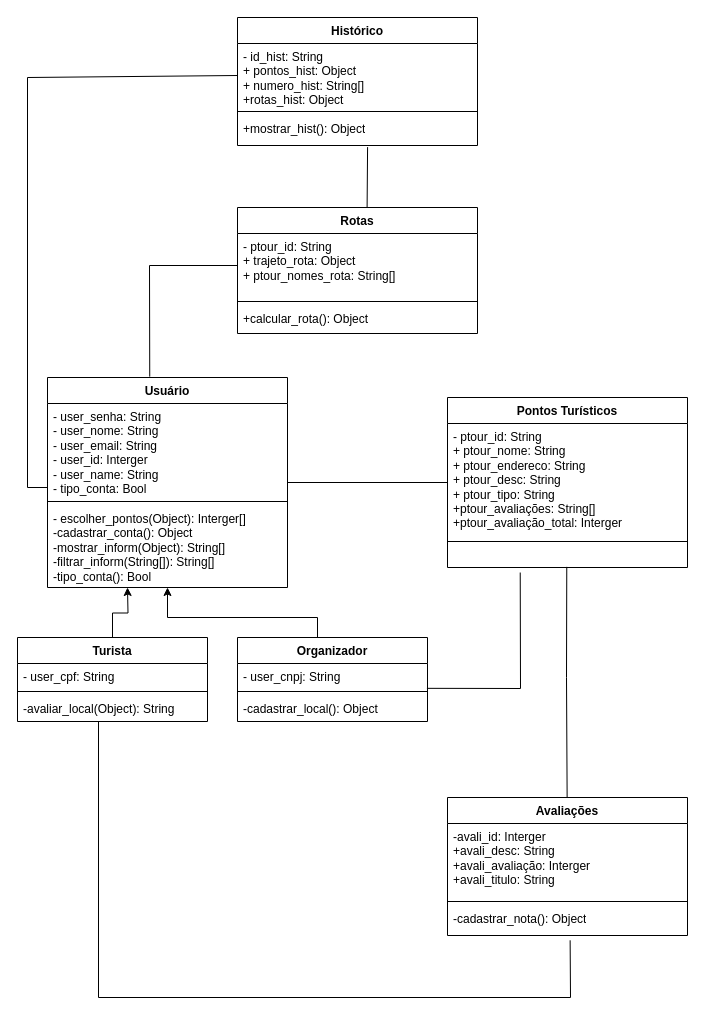
Above: UML_ver01.drawio in END-the/ewrerwewr (draw.io), before the change. Source tidied: cells renumbered, new cells numbered last; positions are measured from the earlier drawing's top-left corner, leaving out a move shared by most shapes. Both pictures are drawn from the tidied source at 100%, with x=0, y=0 at pixel (17, 17).
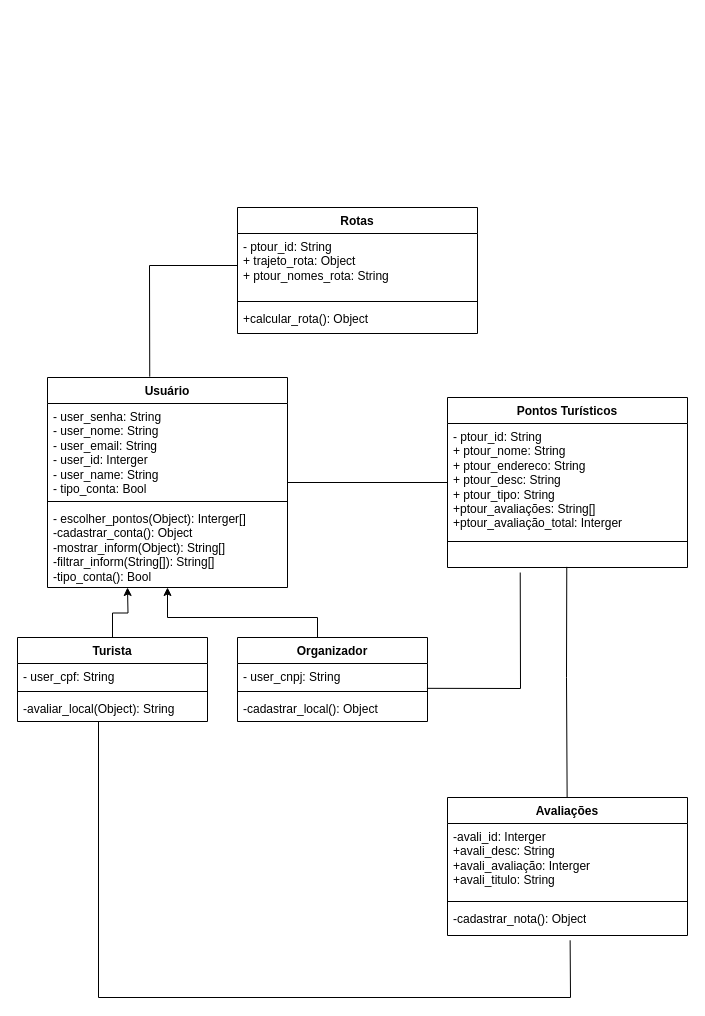
Above is the later version.

The change refers to these unchanged cells:
```xml
<mxCell id="27" value="Rotas" style="swimlane;fontStyle=1;align=center;verticalAlign=top;horizontal=1;startSize=26;whiteSpace=wrap;html=1;" parent="1" vertex="1">
  <mxGeometry x="220" y="190" width="240" height="126" as="geometry" />
</mxCell>
```

Change to the diagram source:
```diff
@@
-    <mxCell id="28" value="- ptour_id: String&lt;div&gt;+ trajeto_rota:&amp;nbsp;&lt;span style=&quot;background-color: initial;&quot;&gt;Object&lt;/span&gt;&lt;br&gt;&lt;/div&gt;&lt;div&gt;+ ptour_nomes_rota: String[]&lt;/div&gt;&lt;div&gt;&lt;span style=&quot;background-color: initial;&quot;&gt;&lt;br&gt;&lt;/span&gt;&lt;/div&gt;" style="text;strokeColor=none;fillColor=none;align=left;verticalAlign=top;spacingLeft=4;spacingRight=4;overflow=hidden;points=[[0,0.5],[1,0.5]];portConstraint=eastwest;whiteSpace=wrap;html=1;" parent="27" vertex="1">
+    <mxCell id="28" value="- ptour_id: String&lt;div&gt;+ trajeto_rota:&amp;nbsp;&lt;span style=&quot;background-color: initial;&quot;&gt;Object&lt;/span&gt;&lt;br&gt;&lt;/div&gt;&lt;div&gt;+ ptour_nomes_rota: String&lt;/div&gt;&lt;div&gt;&lt;span style=&quot;background-color: initial;&quot;&gt;&lt;br&gt;&lt;/span&gt;&lt;/div&gt;" style="text;strokeColor=none;fillColor=none;align=left;verticalAlign=top;spacingLeft=4;spacingRight=4;overflow=hidden;points=[[0,0.5],[1,0.5]];portConstraint=eastwest;whiteSpace=wrap;html=1;" parent="27" vertex="1">
       <mxGeometry y="26" width="240" height="64" as="geometry" />
     </mxCell>
@@
-    <mxCell id="32" value="Histórico" style="swimlane;fontStyle=1;align=center;verticalAlign=top;horizontal=1;startSize=26;whiteSpace=wrap;html=1;" parent="1" vertex="1">
-      <mxGeometry x="220" width="240" height="128" as="geometry" />
-    </mxCell>
-    <mxCell id="33" value="- id_hist: String&lt;div&gt;+ pontos_hist:&amp;nbsp;&lt;span style=&quot;background-color: initial;&quot;&gt;Object&lt;/span&gt;&lt;br&gt;&lt;/div&gt;&lt;div&gt;+ numero_hist: String[]&lt;/div&gt;&lt;div&gt;&lt;span style=&quot;background-color: initial;&quot;&gt;+rotas_hist: Object&lt;/span&gt;&lt;/div&gt;" style="text;strokeColor=none;fillColor=none;align=left;verticalAlign=top;spacingLeft=4;spacingRight=4;overflow=hidden;points=[[0,0.5],[1,0.5]];portConstraint=eastwest;whiteSpace=wrap;html=1;" parent="32" vertex="1">
-      <mxGeometry y="26" width="240" height="64" as="geometry" />
-    </mxCell>
-    <mxCell id="34" style="line;strokeWidth=1;fillColor=none;align=left;verticalAlign=middle;spacingTop=-1;spacingLeft=3;spacingRight=3;labelPosition=right;strokeColor=inherit;" parent="32" vertex="1">
-      <mxGeometry y="90" width="240" height="8" as="geometry" />
-    </mxCell>
-    <mxCell id="35" value="&lt;div&gt;+mostrar_hist(): Object&lt;/div&gt;" style="text;strokeColor=none;fillColor=none;align=left;verticalAlign=top;spacingLeft=4;spacingRight=4;overflow=hidden;points=[[0,0.5],[1,0.5]];portConstraint=eastwest;whiteSpace=wrap;html=1;" parent="32" vertex="1">
-      <mxGeometry y="98" width="240" height="30" as="geometry" />
-    </mxCell>
-    <mxCell id="36" style="endArrow=none;html=1;rounded=0;entryX=0.542;entryY=1.054;entryDx=0;entryDy=0;exitX=0.54;exitY=-0.001;exitDx=0;exitDy=0;entryPerimeter=0;exitPerimeter=0;" parent="1" edge="1" source="27" target="35">
-      <mxGeometry relative="1" as="geometry" />
-    </mxCell>
-    <mxCell id="37" style="endArrow=none;html=1;rounded=0;entryX=0;entryY=0.5;entryDx=0;entryDy=0;exitX=-0.013;exitY=0.623;exitDx=0;exitDy=0;exitPerimeter=0;" parent="1" edge="1" target="33">
-      <mxGeometry relative="1" as="geometry">
-        <mxPoint x="30" y="470" as="sourcePoint" />
-        <Array as="points">
-          <mxPoint x="10" y="470" />
-          <mxPoint x="10" y="60" />
-        </Array>
-      </mxGeometry>
-    </mxCell>
```
